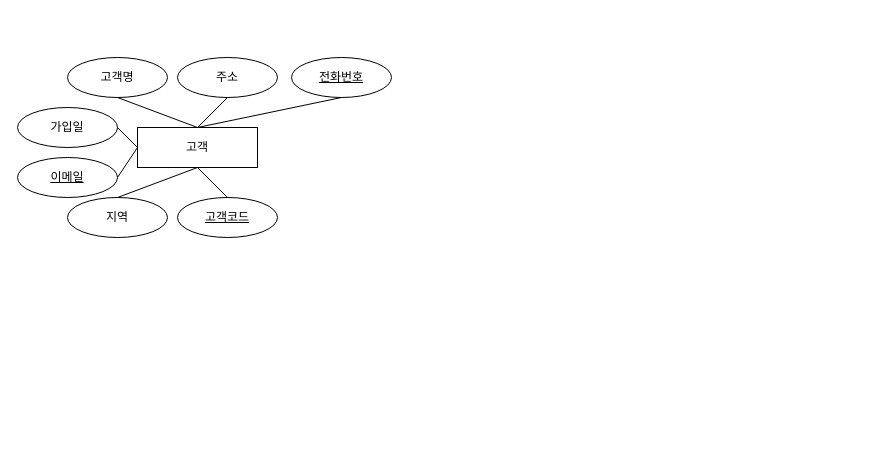
The draw.io diagram page "개념적모델링(ERD)" (1 of 2) of erd.drawio in OhJangRyeol/ai8erd, before the edit. Source tidied: cells renumbered, new cells numbered last; positions are measured from the earlier drawing's top-left corner, leaving out a move shared by most shapes. Both pictures are drawn from the tidied source at 100%, with x=0, y=0 at pixel (17, 57).
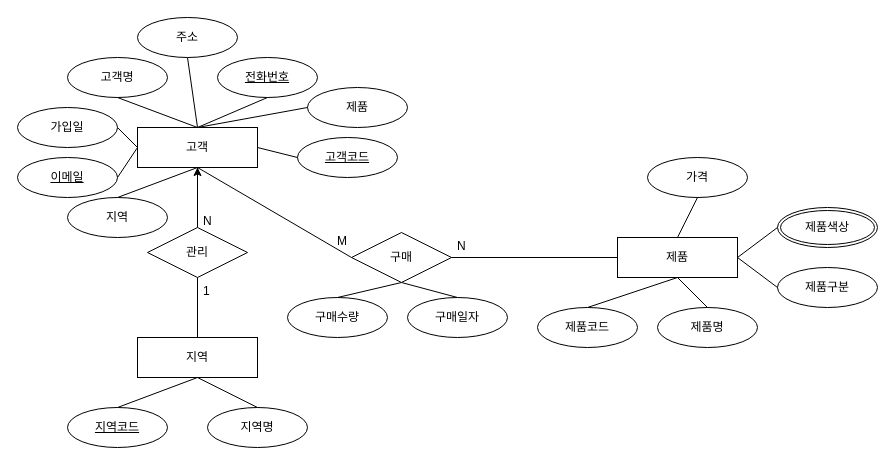
After the change.

The change refers to these unchanged cells:
```xml
<mxCell id="2" value="고객" style="whiteSpace=wrap;html=1;align=center;" parent="1" vertex="1">
  <mxGeometry x="120" y="70" width="120" height="40" as="geometry" />
</mxCell>
<mxCell id="9" value="지역" style="ellipse;whiteSpace=wrap;html=1;align=center;" parent="1" vertex="1">
  <mxGeometry x="50" y="140" width="100" height="40" as="geometry" />
</mxCell>
```

Change to the diagram source:
```diff
@@
     <mxCell id="3" value="주소" style="ellipse;whiteSpace=wrap;html=1;align=center;" parent="1" vertex="1">
-      <mxGeometry x="160" width="100" height="40" as="geometry" />
+      <mxGeometry x="120" y="-40" width="100" height="40" as="geometry" />
     </mxCell>
@@
     <mxCell id="8" value="전화번호" style="ellipse;whiteSpace=wrap;html=1;align=center;fontStyle=4;" parent="1" vertex="1">
-      <mxGeometry x="274" width="100" height="40" as="geometry" />
+      <mxGeometry x="200" width="100" height="40" as="geometry" />
     </mxCell>
@@
-    <mxCell id="12" style="endArrow=none;html=1;rounded=0;exitX=0.5;exitY=1;exitDx=0;exitDy=0;entryX=0.5;entryY=0;entryDx=0;entryDy=0;" parent="1" edge="1" source="2" target="9">
+    <mxCell id="12" style="endArrow=none;html=1;rounded=0;exitX=0.5;exitY=0;exitDx=0;exitDy=0;entryX=0.5;entryY=1;entryDx=0;entryDy=0;" parent="1" edge="1" source="36" target="2">
       <mxGeometry relative="1" as="geometry" />
     </mxCell>
@@
     <mxCell id="15" value="고객코드" style="ellipse;whiteSpace=wrap;html=1;align=center;fontStyle=4;" parent="1" vertex="1">
-      <mxGeometry x="160" y="140" width="100" height="40" as="geometry" />
+      <mxGeometry x="280" y="80" width="100" height="40" as="geometry" />
     </mxCell>
-    <mxCell id="16" style="endArrow=none;html=1;rounded=0;entryX=0.5;entryY=0;entryDx=0;entryDy=0;" parent="1" edge="1" target="15">
-      <mxGeometry relative="1" as="geometry">
-        <mxPoint x="180" y="110" as="sourcePoint" />
-      </mxGeometry>
+    <mxCell id="16" style="endArrow=none;html=1;rounded=0;entryX=0;entryY=0.5;entryDx=0;entryDy=0;exitX=1;exitY=0.5;exitDx=0;exitDy=0;" parent="1" edge="1" source="2" target="15">
+      <mxGeometry relative="1" as="geometry" />
     </mxCell>
+    <mxCell id="17" value="지역" style="whiteSpace=wrap;html=1;align=center;" parent="1" vertex="1">
+      <mxGeometry x="120" y="280" width="120" height="40" as="geometry" />
+    </mxCell>
+    <mxCell id="18" value="&lt;u&gt;지역코드&lt;/u&gt;" style="ellipse;whiteSpace=wrap;html=1;align=center;" parent="1" vertex="1">
+      <mxGeometry x="50" y="350" width="100" height="40" as="geometry" />
+    </mxCell>
+    <mxCell id="19" value="지역명" style="ellipse;whiteSpace=wrap;html=1;align=center;" parent="1" vertex="1">
+      <mxGeometry x="190" y="350" width="100" height="40" as="geometry" />
+    </mxCell>
+    <mxCell id="20" style="endArrow=none;html=1;rounded=0;exitX=0.5;exitY=1;exitDx=0;exitDy=0;entryX=0.5;entryY=0;entryDx=0;entryDy=0;" parent="1" edge="1" target="18">
+      <mxGeometry relative="1" as="geometry">
+        <mxPoint x="180" y="320" as="sourcePoint" />
+      </mxGeometry>
+    </mxCell>
+    <mxCell id="21" style="endArrow=none;html=1;rounded=0;entryX=0.5;entryY=1;entryDx=0;entryDy=0;exitX=0.5;exitY=0;exitDx=0;exitDy=0;" parent="1" edge="1" source="19" target="17">
+      <mxGeometry relative="1" as="geometry" />
+    </mxCell>
+    <mxCell id="22" value="제품" style="ellipse;whiteSpace=wrap;html=1;align=center;" parent="1" vertex="1">
+      <mxGeometry x="290" y="30" width="100" height="40" as="geometry" />
+    </mxCell>
+    <mxCell id="23" style="endArrow=none;html=1;rounded=0;entryX=0;entryY=0.5;entryDx=0;entryDy=0;exitX=0.5;exitY=0;exitDx=0;exitDy=0;" parent="1" edge="1" source="2" target="22">
+      <mxGeometry relative="1" as="geometry" />
+    </mxCell>
+    <mxCell id="24" value="제품" style="whiteSpace=wrap;html=1;align=center;" parent="1" vertex="1">
+      <mxGeometry x="600" y="180" width="120" height="40" as="geometry" />
+    </mxCell>
+    <mxCell id="25" value="제품코드" style="ellipse;whiteSpace=wrap;html=1;align=center;" parent="1" vertex="1">
+      <mxGeometry x="520" y="250" width="100" height="40" as="geometry" />
+    </mxCell>
+    <mxCell id="26" value="제품명" style="ellipse;whiteSpace=wrap;html=1;align=center;" parent="1" vertex="1">
+      <mxGeometry x="640" y="250" width="100" height="40" as="geometry" />
+    </mxCell>
+    <mxCell id="27" value="제품구분" style="ellipse;whiteSpace=wrap;html=1;align=center;" parent="1" vertex="1">
+      <mxGeometry x="760" y="210" width="100" height="40" as="geometry" />
+    </mxCell>
+    <mxCell id="28" value="가격" style="ellipse;whiteSpace=wrap;html=1;align=center;" parent="1" vertex="1">
+      <mxGeometry x="630" y="100" width="100" height="40" as="geometry" />
+    </mxCell>
+    <mxCell id="29" style="endArrow=none;html=1;rounded=0;exitX=0;exitY=0.5;exitDx=0;exitDy=0;entryX=1;entryY=0.5;entryDx=0;entryDy=0;" parent="1" edge="1" source="27" target="24">
+      <mxGeometry relative="1" as="geometry" />
+    </mxCell>
+    <mxCell id="30" value="제품색상" style="ellipse;shape=doubleEllipse;margin=3;whiteSpace=wrap;html=1;align=center;" parent="1" vertex="1">
+      <mxGeometry x="760" y="150" width="100" height="40" as="geometry" />
+    </mxCell>
+    <mxCell id="31" style="endArrow=none;html=1;rounded=0;exitX=0.5;exitY=1;exitDx=0;exitDy=0;entryX=0.5;entryY=0;entryDx=0;entryDy=0;" parent="1" edge="1" source="28" target="24">
+      <mxGeometry relative="1" as="geometry" />
+    </mxCell>
+    <mxCell id="32" style="endArrow=none;html=1;rounded=0;exitX=0;exitY=0.5;exitDx=0;exitDy=0;entryX=1;entryY=0.5;entryDx=0;entryDy=0;" parent="1" edge="1" source="30" target="24">
+      <mxGeometry relative="1" as="geometry" />
+    </mxCell>
+    <mxCell id="33" style="endArrow=none;html=1;rounded=0;exitX=0.5;exitY=0;exitDx=0;exitDy=0;entryX=0.5;entryY=1;entryDx=0;entryDy=0;" parent="1" edge="1" source="26" target="24">
+      <mxGeometry relative="1" as="geometry" />
+    </mxCell>
+    <mxCell id="34" style="endArrow=none;html=1;rounded=0;exitX=0.5;exitY=1;exitDx=0;exitDy=0;entryX=0.5;entryY=0;entryDx=0;entryDy=0;" parent="1" edge="1" source="24" target="25">
+      <mxGeometry relative="1" as="geometry" />
+    </mxCell>
+    <mxCell id="35" style="edgeStyle=orthogonalEdgeStyle;rounded=0;jettySize=auto;html=1;" parent="1" edge="1" source="36" target="2">
+      <mxGeometry relative="1" as="geometry" />
+    </mxCell>
+    <mxCell id="36" value="관리&lt;br&gt;" style="rhombus;whiteSpace=wrap;html=1;" parent="1" vertex="1">
+      <mxGeometry x="130" y="170" width="100" height="50" as="geometry" />
+    </mxCell>
+    <mxCell id="37" style="endArrow=none;html=1;rounded=0;exitX=0.5;exitY=1;exitDx=0;exitDy=0;entryX=0.5;entryY=0;entryDx=0;entryDy=0;" parent="1" edge="1" source="36" target="17">
+      <mxGeometry relative="1" as="geometry" />
+    </mxCell>
+    <mxCell id="38" style="endArrow=none;html=1;rounded=0;exitX=0.5;exitY=1;exitDx=0;exitDy=0;entryX=0.5;entryY=0;entryDx=0;entryDy=0;" parent="1" edge="1" source="2" target="9">
+      <mxGeometry relative="1" as="geometry" />
+    </mxCell>
+    <mxCell id="39" value="구매" style="rhombus;whiteSpace=wrap;html=1;" parent="1" vertex="1">
+      <mxGeometry x="334" y="175" width="100" height="50" as="geometry" />
+    </mxCell>
+    <mxCell id="40" style="endArrow=none;html=1;rounded=0;exitX=0;exitY=0.5;exitDx=0;exitDy=0;entryX=0.5;entryY=1;entryDx=0;entryDy=0;" parent="1" edge="1" source="39" target="2">
+      <mxGeometry relative="1" as="geometry" />
+    </mxCell>
+    <mxCell id="41" style="endArrow=none;html=1;rounded=0;exitX=0;exitY=0.5;exitDx=0;exitDy=0;entryX=1;entryY=0.5;entryDx=0;entryDy=0;" parent="1" edge="1" source="24" target="39">
+      <mxGeometry relative="1" as="geometry" />
+    </mxCell>
+    <mxCell id="42" value="구매수량" style="ellipse;whiteSpace=wrap;html=1;align=center;" parent="1" vertex="1">
+      <mxGeometry x="270" y="240" width="100" height="40" as="geometry" />
+    </mxCell>
+    <mxCell id="43" value="구매일자" style="ellipse;whiteSpace=wrap;html=1;align=center;" parent="1" vertex="1">
+      <mxGeometry x="390" y="240" width="100" height="40" as="geometry" />
+    </mxCell>
+    <mxCell id="44" style="endArrow=none;html=1;rounded=0;entryX=0.5;entryY=0;entryDx=0;entryDy=0;exitX=0.5;exitY=1;exitDx=0;exitDy=0;" parent="1" edge="1" source="39" target="42">
+      <mxGeometry relative="1" as="geometry" />
+    </mxCell>
+    <mxCell id="45" style="endArrow=none;html=1;rounded=0;entryX=0.5;entryY=0;entryDx=0;entryDy=0;exitX=0.5;exitY=1;exitDx=0;exitDy=0;" parent="1" edge="1" source="39" target="43">
+      <mxGeometry relative="1" as="geometry" />
+    </mxCell>
+    <mxCell id="46" value="1" style="text;strokeColor=none;fillColor=none;spacingLeft=4;spacingRight=4;overflow=hidden;fontSize=12;whiteSpace=wrap;html=1;" parent="1" vertex="1">
+      <mxGeometry x="180" y="220" width="40" height="20" as="geometry" />
+    </mxCell>
+    <mxCell id="47" value="N" style="text;strokeColor=none;fillColor=none;spacingLeft=4;spacingRight=4;overflow=hidden;fontSize=12;whiteSpace=wrap;html=1;" parent="1" vertex="1">
+      <mxGeometry x="180" y="150" width="40" height="20" as="geometry" />
+    </mxCell>
+    <mxCell id="48" value="N" style="text;strokeColor=none;fillColor=none;spacingLeft=4;spacingRight=4;overflow=hidden;fontSize=12;whiteSpace=wrap;html=1;" parent="1" vertex="1">
+      <mxGeometry x="434" y="175" width="40" height="20" as="geometry" />
+    </mxCell>
+    <mxCell id="49" value="M" style="text;strokeColor=none;fillColor=none;spacingLeft=4;spacingRight=4;overflow=hidden;fontSize=12;whiteSpace=wrap;html=1;" parent="1" vertex="1">
+      <mxGeometry x="314" y="170" width="40" height="20" as="geometry" />
+    </mxCell>
```
